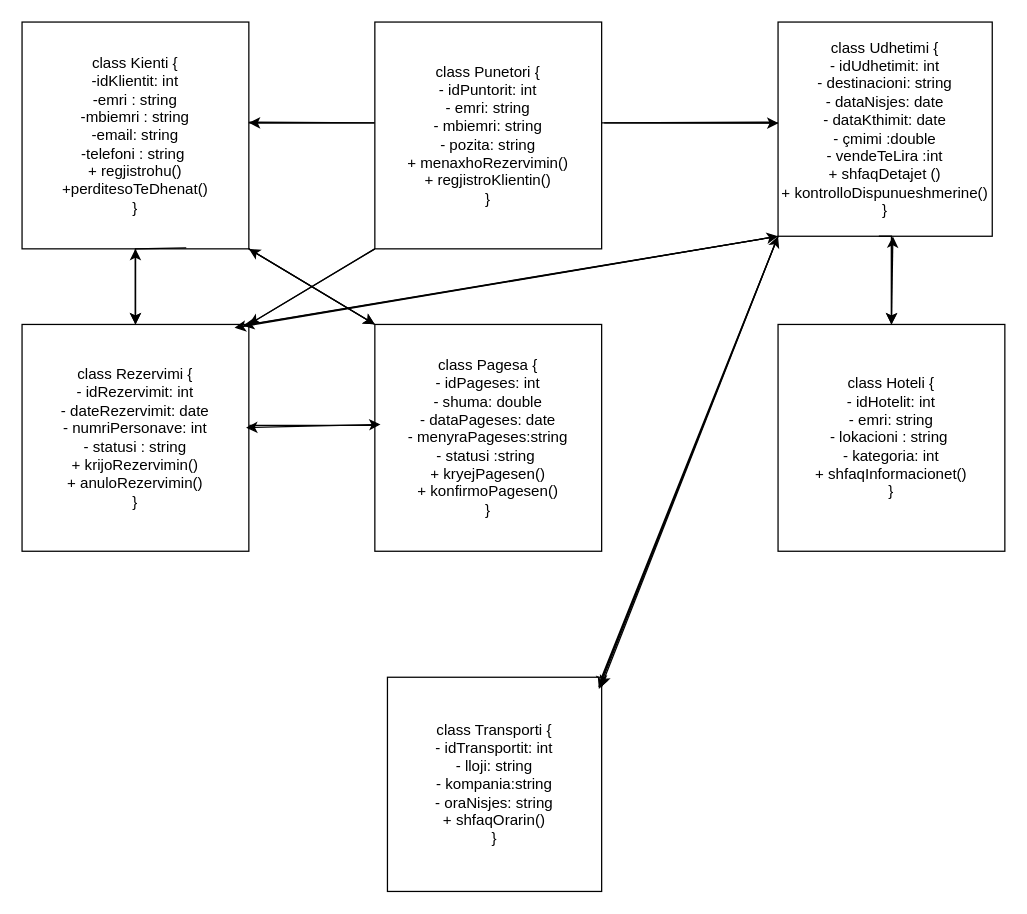
Before: DiagramiklasaveAgjenciUdhetimesh.drawio in BlineraSallahu/Agjenci-Udhetimesh, a draw.io diagram. Source tidied: cells renumbered, new cells numbered last; positions are measured from the earlier drawing's top-left corner, leaving out a move shared by most shapes. Both pictures are drawn from the tidied source at 126%, with x=0, y=0 at pixel (21, 21).
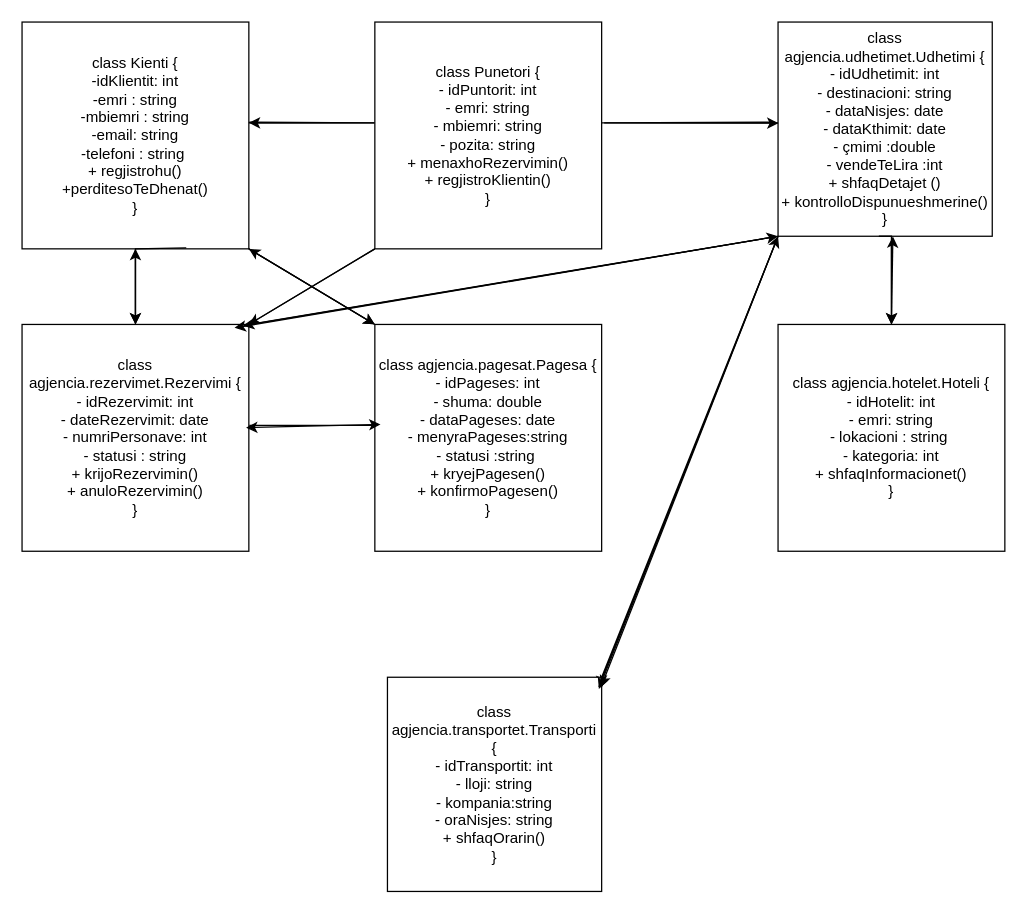
After the change.

Diff of the diagram source:
```diff
@@
-    <mxCell id="4" value="&lt;div&gt;class Udhetimi {&lt;/div&gt;&lt;div&gt;- idUdhetimit: int&lt;/div&gt;&lt;div&gt;- destinacioni: string&lt;/div&gt;&lt;div&gt;- dataNisjes: date&lt;/div&gt;&lt;div&gt;- dataKthimit: date&lt;/div&gt;&lt;div&gt;- çmimi :double&lt;/div&gt;&lt;div&gt;- vendeTeLira :int&lt;/div&gt;&lt;div&gt;+ shfaqDetajet ()&lt;/div&gt;&lt;div&gt;+ kontrolloDispunueshmerine()&lt;/div&gt;&lt;div&gt;}&lt;/div&gt;" style="whiteSpace=wrap;html=1;" parent="1" vertex="1">
+    <mxCell id="4" value="&lt;div&gt;class agjencia.udhetimet.Udhetimi {&lt;/div&gt;&lt;div&gt;- idUdhetimit: int&lt;/div&gt;&lt;div&gt;- destinacioni: string&lt;/div&gt;&lt;div&gt;- dataNisjes: date&lt;/div&gt;&lt;div&gt;- dataKthimit: date&lt;/div&gt;&lt;div&gt;- çmimi :double&lt;/div&gt;&lt;div&gt;- vendeTeLira :int&lt;/div&gt;&lt;div&gt;+ shfaqDetajet ()&lt;/div&gt;&lt;div&gt;+ kontrolloDispunueshmerine()&lt;/div&gt;&lt;div&gt;}&lt;/div&gt;" style="whiteSpace=wrap;html=1;" parent="1" vertex="1">
       <mxGeometry x="600" width="170" height="170" as="geometry" />
     </mxCell>
-    <mxCell id="5" value="class Rezervimi {&lt;div&gt;&lt;div&gt;- idRezervimit: int&lt;/div&gt;&lt;/div&gt;&lt;div&gt;- dateRezervimit: date&lt;/div&gt;&lt;div&gt;- numriPersonave: int&lt;/div&gt;&lt;div&gt;- statusi : string&lt;/div&gt;&lt;div&gt;+ krijoRezervimin()&lt;/div&gt;&lt;div&gt;+ anuloRezervimin()&lt;/div&gt;&lt;div&gt;}&lt;/div&gt;" style="whiteSpace=wrap;html=1;" parent="1" vertex="1">
+    <mxCell id="5" value="class agjencia.rezervimet.Rezervimi {&lt;div&gt;&lt;div&gt;- idRezervimit: int&lt;/div&gt;&lt;/div&gt;&lt;div&gt;- dateRezervimit: date&lt;/div&gt;&lt;div&gt;- numriPersonave: int&lt;/div&gt;&lt;div&gt;- statusi : string&lt;/div&gt;&lt;div&gt;+ krijoRezervimin()&lt;/div&gt;&lt;div&gt;+ anuloRezervimin()&lt;/div&gt;&lt;div&gt;}&lt;/div&gt;" style="whiteSpace=wrap;html=1;" parent="1" vertex="1">
       <mxGeometry y="240" width="180" height="180" as="geometry" />
     </mxCell>
-    <mxCell id="6" value="class Pagesa {&lt;div&gt;- idPageses: int&lt;/div&gt;&lt;div&gt;- shuma: double&lt;/div&gt;&lt;div&gt;- dataPageses: date&lt;/div&gt;&lt;div&gt;- menyraPageses:string&lt;/div&gt;&lt;div&gt;- statusi :string&amp;nbsp;&lt;/div&gt;&lt;div&gt;+ kryejPagesen()&lt;/div&gt;&lt;div&gt;+ konfirmoPagesen()&lt;/div&gt;&lt;div&gt;}&lt;/div&gt;" style="whiteSpace=wrap;html=1;" parent="1" vertex="1">
+    <mxCell id="6" value="class agjencia.pagesat.Pagesa {&lt;div&gt;- idPageses: int&lt;/div&gt;&lt;div&gt;- shuma: double&lt;/div&gt;&lt;div&gt;- dataPageses: date&lt;/div&gt;&lt;div&gt;- menyraPageses:string&lt;/div&gt;&lt;div&gt;- statusi :string&amp;nbsp;&lt;/div&gt;&lt;div&gt;+ kryejPagesen()&lt;/div&gt;&lt;div&gt;+ konfirmoPagesen()&lt;/div&gt;&lt;div&gt;}&lt;/div&gt;" style="whiteSpace=wrap;html=1;" parent="1" vertex="1">
       <mxGeometry x="280" y="240" width="180" height="180" as="geometry" />
     </mxCell>
-    <mxCell id="7" value="class Hoteli {&lt;div&gt;- idHotelit: int&lt;/div&gt;&lt;div&gt;- emri: string&lt;/div&gt;&lt;div&gt;- lokacioni : string&amp;nbsp;&lt;/div&gt;&lt;div&gt;- kategoria: int&lt;/div&gt;&lt;div&gt;+ shfaqInformacionet()&lt;/div&gt;&lt;div&gt;}&lt;/div&gt;" style="whiteSpace=wrap;html=1;" parent="1" vertex="1">
+    <mxCell id="7" value="class agjencia.hotelet.Hoteli {&lt;div&gt;- idHotelit: int&lt;/div&gt;&lt;div&gt;- emri: string&lt;/div&gt;&lt;div&gt;- lokacioni : string&amp;nbsp;&lt;/div&gt;&lt;div&gt;- kategoria: int&lt;/div&gt;&lt;div&gt;+ shfaqInformacionet()&lt;/div&gt;&lt;div&gt;}&lt;/div&gt;" style="whiteSpace=wrap;html=1;" parent="1" vertex="1">
       <mxGeometry x="600" y="240" width="180" height="180" as="geometry" />
     </mxCell>
@@
-    <mxCell id="9" value="class Transporti {&lt;div&gt;- idTransportit: int&lt;/div&gt;&lt;div&gt;- lloji: string&lt;/div&gt;&lt;div&gt;- kompania:string&lt;/div&gt;&lt;div&gt;- oraNisjes: string&lt;/div&gt;&lt;div&gt;+ shfaqOrarin()&lt;/div&gt;&lt;div&gt;}&lt;/div&gt;" style="whiteSpace=wrap;html=1;" parent="1" vertex="1">
+    <mxCell id="9" value="class agjencia.transportet.Transporti {&lt;div&gt;- idTransportit: int&lt;/div&gt;&lt;div&gt;- lloji: string&lt;/div&gt;&lt;div&gt;- kompania:string&lt;/div&gt;&lt;div&gt;- oraNisjes: string&lt;/div&gt;&lt;div&gt;+ shfaqOrarin()&lt;/div&gt;&lt;div&gt;}&lt;/div&gt;" style="whiteSpace=wrap;html=1;" parent="1" vertex="1">
       <mxGeometry x="290" y="520" width="170" height="170" as="geometry" />
     </mxCell>
```
